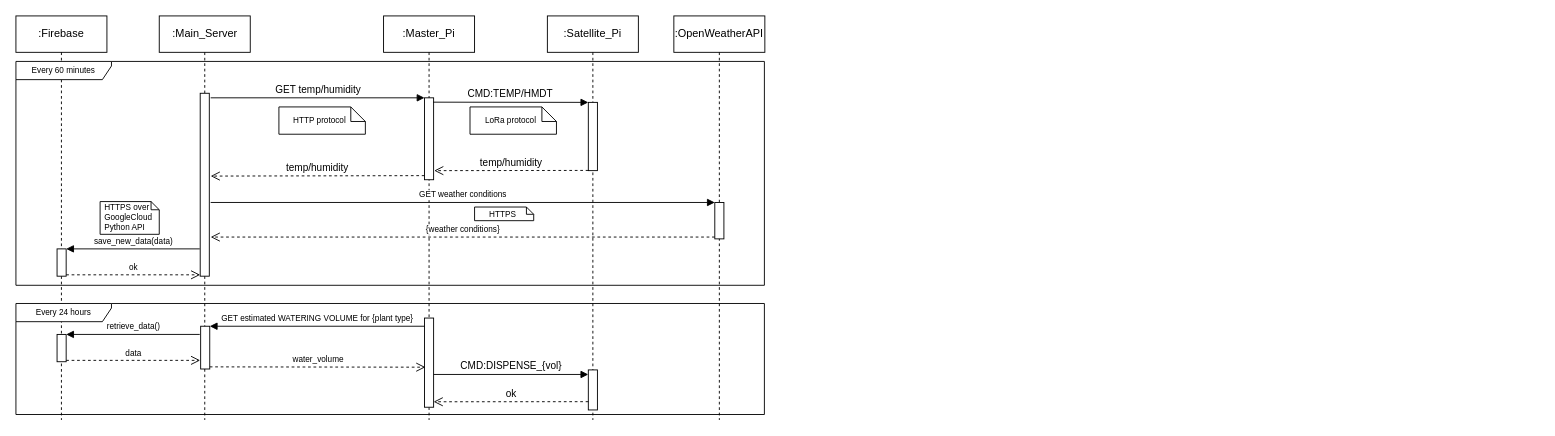
Earlier version of the draw.io diagram diagrams/source/UML process diagram.drawio (maxDeCod3r/DE4-SIoT). Source tidied: cells renumbered, new cells numbered last; positions are measured from the earlier drawing's top-left corner, leaving out a move shared by most shapes. Both pictures are drawn from the tidied source at 91%, with x=0, y=0 at pixel (15, 15).
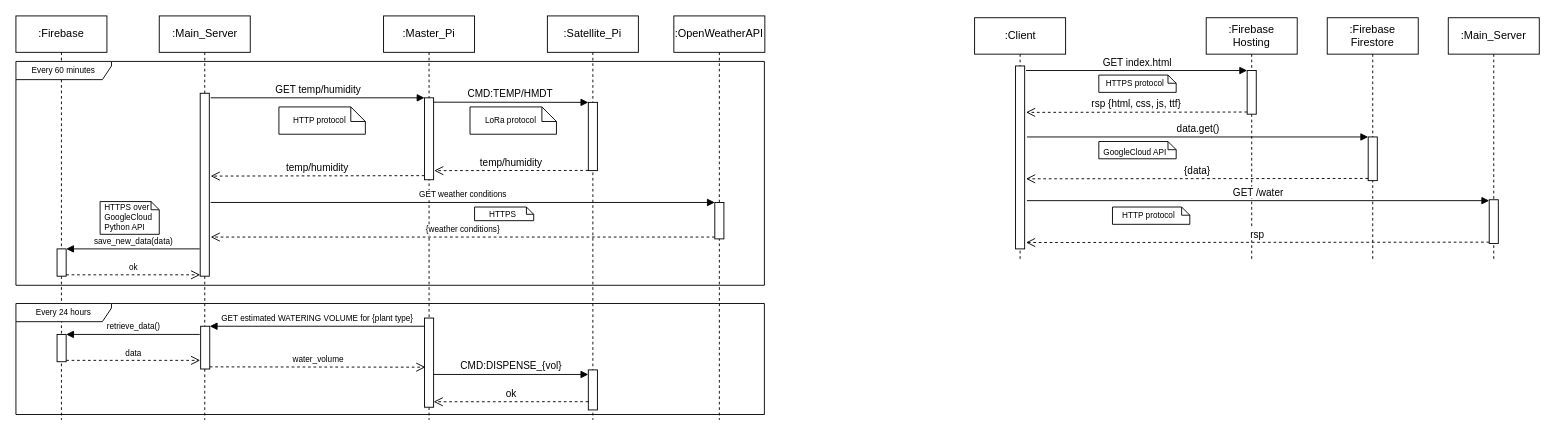
After the change.

The edit, as a diff of the source:
```diff
@@
+    <mxCell id="40" value=":Firebase&lt;br&gt;Hosting" style="shape=umlLifeline;perimeter=lifelinePerimeter;whiteSpace=wrap;html=1;" parent="1" vertex="1">
+      <mxGeometry x="1308" y="2" width="100" height="265" as="geometry" />
+    </mxCell>
+    <mxCell id="41" style="html=1;points=[];perimeter=orthogonalPerimeter;" parent="40" vertex="1">
+      <mxGeometry x="45" y="58" width="10" height="48" as="geometry" />
+    </mxCell>
+    <mxCell id="42" value=":Main_Server" style="shape=umlLifeline;perimeter=lifelinePerimeter;whiteSpace=wrap;html=1;" parent="1" vertex="1">
+      <mxGeometry x="1574" y="2" width="100" height="265" as="geometry" />
+    </mxCell>
+    <mxCell id="43" style="html=1;perimeter=orthogonalPerimeter;" parent="42" vertex="1">
+      <mxGeometry x="45" y="200" width="10" height="48" as="geometry" />
+    </mxCell>
+    <mxCell id="44" value=":Client" style="shape=umlLifeline;perimeter=lifelinePerimeter;whiteSpace=wrap;html=1;" parent="1" vertex="1">
+      <mxGeometry x="1053.5" y="2" width="100" height="265" as="geometry" />
+    </mxCell>
+    <mxCell id="45" style="html=1;perimeter=orthogonalPerimeter;" parent="44" vertex="1">
+      <mxGeometry x="45" y="53" width="10" height="201" as="geometry" />
+    </mxCell>
+    <mxCell id="46" value="GET index.html" style="html=1;verticalAlign=bottom;endArrow=block;entryX=0;entryY=0;fillColor=#FFD966;" parent="1" edge="1" target="41">
+      <mxGeometry relative="1" as="geometry">
+        <mxPoint x="1110" y="60" as="sourcePoint" />
+      </mxGeometry>
+    </mxCell>
+    <mxCell id="47" value="rsp {html, css, js, ttf}" style="html=1;verticalAlign=bottom;endArrow=open;dashed=1;endSize=8;exitX=0;exitY=0.95;fillColor=#FFD966;" parent="1" edge="1" source="41">
+      <mxGeometry relative="1" as="geometry">
+        <mxPoint x="1110" y="106" as="targetPoint" />
+      </mxGeometry>
+    </mxCell>
+    <mxCell id="48" style="shape=note2;boundedLbl=1;whiteSpace=wrap;html=1;size=9;verticalAlign=top;align=center;" parent="1" vertex="1">
+      <mxGeometry x="1190" y="65" width="85" height="19" as="geometry" />
+    </mxCell>
+    <mxCell id="49" value="HTTPS protocol&#10;" style="text;align=center;fontStyle=0;verticalAlign=middle;spacingLeft=3;spacingRight=3;strokeColor=none;fontSize=9;" parent="1" vertex="1">
+      <mxGeometry x="1190" y="75" width="80" height="10" as="geometry" />
+    </mxCell>
+    <mxCell id="50" value=":Firebase&lt;br&gt;Firestore" style="shape=umlLifeline;perimeter=lifelinePerimeter;whiteSpace=wrap;html=1;" parent="1" vertex="1">
+      <mxGeometry x="1441" y="2" width="100" height="265" as="geometry" />
+    </mxCell>
+    <mxCell id="51" style="html=1;points=[];perimeter=orthogonalPerimeter;" parent="50" vertex="1">
+      <mxGeometry x="45" y="131" width="10" height="48" as="geometry" />
+    </mxCell>
+    <mxCell id="52" value="GET /water" style="html=1;verticalAlign=bottom;endArrow=block;entryX=0;entryY=0;fillColor=#FFD966;" parent="50" edge="1">
+      <mxGeometry relative="1" as="geometry">
+        <mxPoint x="-330" y="201" as="sourcePoint" />
+        <mxPoint x="178" y="201" as="targetPoint" />
+      </mxGeometry>
+    </mxCell>
+    <mxCell id="53" value="rsp" style="html=1;verticalAlign=bottom;endArrow=open;dashed=1;endSize=8;exitX=0;exitY=0.95;fillColor=#FFD966;" parent="50" edge="1">
+      <mxGeometry relative="1" as="geometry">
+        <mxPoint x="178" y="246.6" as="sourcePoint" />
+        <mxPoint x="-331" y="247" as="targetPoint" />
+      </mxGeometry>
+    </mxCell>
+    <mxCell id="54" value="data.get()" style="html=1;verticalAlign=bottom;endArrow=block;entryX=0;entryY=0;fillColor=#FFD966;" parent="1" edge="1" target="51">
+      <mxGeometry relative="1" as="geometry">
+        <mxPoint x="1111" y="133" as="sourcePoint" />
+      </mxGeometry>
+    </mxCell>
+    <mxCell id="55" value="{data}" style="html=1;verticalAlign=bottom;endArrow=open;dashed=1;endSize=8;exitX=0;exitY=0.95;fillColor=#FFD966;" parent="1" edge="1" source="51">
+      <mxGeometry relative="1" as="geometry">
+        <mxPoint x="1110" y="179" as="targetPoint" />
+      </mxGeometry>
+    </mxCell>
+    <mxCell id="56" style="shape=note2;boundedLbl=1;whiteSpace=wrap;html=1;size=9;verticalAlign=top;align=center;" parent="1" vertex="1">
+      <mxGeometry x="1190" y="138" width="85" height="19" as="geometry" />
+    </mxCell>
+    <mxCell id="57" value="GoogleCloud API" style="text;align=center;fontStyle=0;verticalAlign=middle;spacingLeft=3;spacingRight=3;strokeColor=none;fontSize=9;" parent="1" vertex="1">
+      <mxGeometry x="1190" y="145" width="80" height="10" as="geometry" />
+    </mxCell>
+    <mxCell id="58" style="shape=note2;boundedLbl=1;whiteSpace=wrap;html=1;size=9;verticalAlign=top;align=center;" parent="1" vertex="1">
+      <mxGeometry x="1205" y="210" width="85" height="19" as="geometry" />
+    </mxCell>
+    <mxCell id="59" value="HTTP protocol&#10;" style="text;align=center;fontStyle=0;verticalAlign=middle;spacingLeft=3;spacingRight=3;strokeColor=none;fontSize=9;" parent="1" vertex="1">
+      <mxGeometry x="1205" y="220" width="80" height="10" as="geometry" />
+    </mxCell>
```
